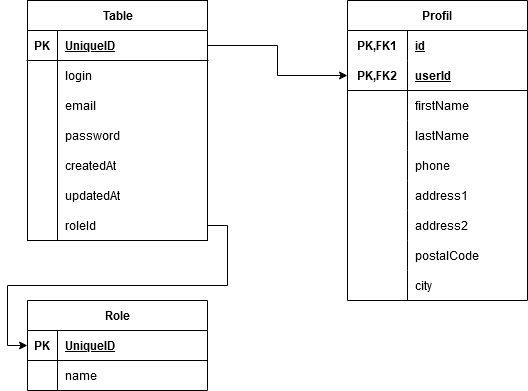
The draw.io diagram Diagramme sans nom.drawio.png in houckontape/tuxProject, before a commit. Source tidied: cells renumbered, new cells last; positions are measured from the earlier drawing's top-left corner, leaving out a move shared by most shapes.
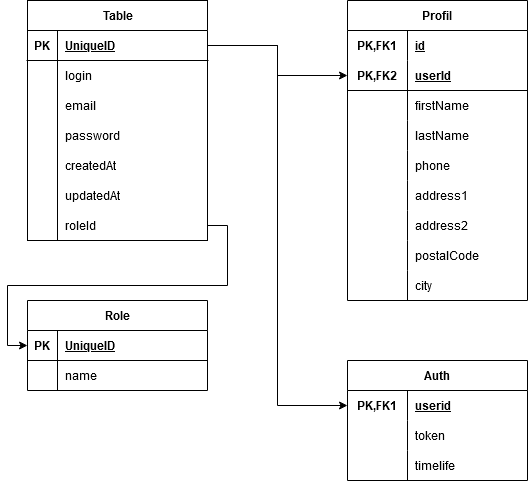
Above is the later version.

Commit message:
Mettre à jour Diagramme sans nom.drawio.png

Change to the diagram source:
```diff
@@ -179,5 +179,38 @@
     <mxCell id="60" style="edgeStyle=orthogonalEdgeStyle;rounded=0;jettySize=auto;html=1;exitX=1;exitY=0.5;exitDx=0;exitDy=0;entryX=0;entryY=0.5;entryDx=0;entryDy=0;" parent="1" edge="1" source="3" target="36">
       <mxGeometry relative="1" as="geometry" />
     </mxCell>
+    <mxCell id="61" value="Auth" style="shape=table;startSize=30;rowLines=0;fontStyle=1;align=center;html=1;whiteSpace=wrap;" parent="1" vertex="1">
+      <mxGeometry x="320" y="360" width="180" height="120" as="geometry" />
+    </mxCell>
+    <mxCell id="62" style="shape=tableRow;horizontal=0;startSize=0;swimlaneHead=0;swimlaneBody=0;fillColor=none;points=[[0,0.5],[1,0.5]];portConstraint=eastwest;top=0;left=0;right=0;bottom=0;html=1;" parent="61" vertex="1">
+      <mxGeometry y="30" width="180" height="30" as="geometry" />
+    </mxCell>
+    <mxCell id="63" value="PK,FK1" style="shape=partialRectangle;fillColor=none;top=0;left=0;bottom=0;right=0;fontStyle=1;overflow=hidden;html=1;whiteSpace=wrap;" parent="62" vertex="1">
+      <mxGeometry width="60" height="30" as="geometry" />
+    </mxCell>
+    <mxCell id="64" value="userid" style="shape=partialRectangle;fillColor=none;top=0;left=0;bottom=0;right=0;align=left;spacingLeft=6;fontStyle=5;overflow=hidden;html=1;whiteSpace=wrap;" parent="62" vertex="1">
+      <mxGeometry x="60" width="120" height="30" as="geometry" />
+    </mxCell>
+    <mxCell id="65" style="shape=tableRow;horizontal=0;startSize=0;swimlaneHead=0;swimlaneBody=0;fillColor=none;top=0;left=0;right=0;bottom=0;html=1;" parent="61" vertex="1">
+      <mxGeometry y="60" width="180" height="30" as="geometry" />
+    </mxCell>
+    <mxCell id="66" style="shape=partialRectangle;fillColor=none;top=0;left=0;bottom=0;right=0;overflow=hidden;html=1;whiteSpace=wrap;" parent="65" vertex="1">
+      <mxGeometry width="60" height="30" as="geometry" />
+    </mxCell>
+    <mxCell id="67" value="token" style="shape=partialRectangle;fillColor=none;top=0;left=0;bottom=0;right=0;align=left;spacingLeft=6;overflow=hidden;html=1;whiteSpace=wrap;" parent="65" vertex="1">
+      <mxGeometry x="60" width="120" height="30" as="geometry" />
+    </mxCell>
+    <mxCell id="68" style="shape=tableRow;horizontal=0;startSize=0;swimlaneHead=0;swimlaneBody=0;fillColor=none;top=0;left=0;right=0;bottom=0;html=1;" parent="61" vertex="1">
+      <mxGeometry y="90" width="180" height="30" as="geometry" />
+    </mxCell>
+    <mxCell id="69" style="shape=partialRectangle;fillColor=none;top=0;left=0;bottom=0;right=0;overflow=hidden;html=1;whiteSpace=wrap;" parent="68" vertex="1">
+      <mxGeometry width="60" height="30" as="geometry" />
+    </mxCell>
+    <mxCell id="70" value="timelife" style="shape=partialRectangle;fillColor=none;top=0;left=0;bottom=0;right=0;align=left;spacingLeft=6;overflow=hidden;html=1;whiteSpace=wrap;" parent="68" vertex="1">
+      <mxGeometry x="60" width="120" height="30" as="geometry" />
+    </mxCell>
+    <mxCell id="71" style="edgeStyle=orthogonalEdgeStyle;rounded=0;jettySize=auto;html=1;exitX=1;exitY=0.5;exitDx=0;exitDy=0;entryX=0;entryY=0.5;entryDx=0;entryDy=0;" parent="1" edge="1" source="3" target="62">
+      <mxGeometry relative="1" as="geometry" />
+    </mxCell>
   </root>
 </mxGraphModel>
```
